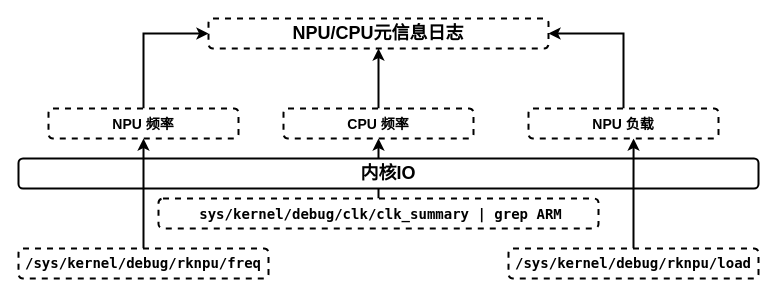
Before: page "Page-6" (6 of 17) of Untitled Diagram.drawio in fangwater/Config, a draw.io diagram. Source tidied: cells renumbered, new cells numbered last; positions are measured from the earlier drawing's top-left corner, leaving out a move shared by most shapes. Both pictures are drawn from the tidied source at 100%, with x=0, y=0 at pixel (18, 18).
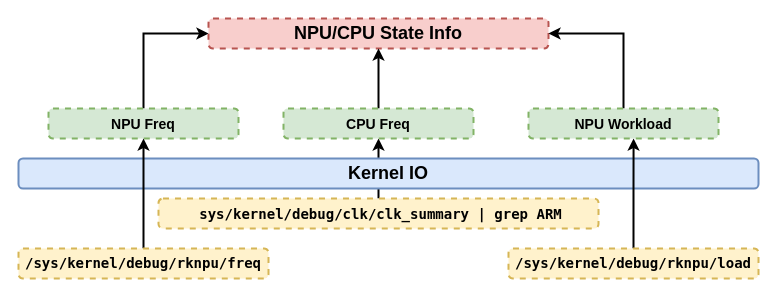
Above is the later version.

What changed in the source:
```diff
@@
 <mxGraphModel>
   <root>
     <mxCell id="0" />
     <mxCell id="1" parent="0" />
     <mxCell id="2" style="edgeStyle=orthogonalEdgeStyle;rounded=0;jettySize=auto;html=1;exitX=0.5;exitY=0;exitDx=0;exitDy=0;entryX=0.5;entryY=1;entryDx=0;entryDy=0;shadow=0;strokeWidth=2;fontSize=14;fontColor=#000000;" parent="1" edge="1" source="3" target="7">
       <mxGeometry relative="1" as="geometry" />
     </mxCell>
-    <mxCell id="3" value="&lt;b&gt;&amp;nbsp;&lt;span style=&quot;font-family: &amp;quot;Droid Sans Mono&amp;quot;, &amp;quot;monospace&amp;quot;, monospace; font-size: 14px;&quot;&gt;sys&lt;/span&gt;&lt;span style=&quot;font-family: &amp;quot;Droid Sans Mono&amp;quot;, &amp;quot;monospace&amp;quot;, monospace; font-size: 14px;&quot;&gt;/&lt;/span&gt;&lt;span style=&quot;font-family: &amp;quot;Droid Sans Mono&amp;quot;, &amp;quot;monospace&amp;quot;, monospace; font-size: 14px;&quot;&gt;kernel&lt;/span&gt;&lt;span style=&quot;font-family: &amp;quot;Droid Sans Mono&amp;quot;, &amp;quot;monospace&amp;quot;, monospace; font-size: 14px;&quot;&gt;/&lt;/span&gt;&lt;span style=&quot;font-family: &amp;quot;Droid Sans Mono&amp;quot;, &amp;quot;monospace&amp;quot;, monospace; font-size: 14px;&quot;&gt;debug&lt;/span&gt;&lt;span style=&quot;font-family: &amp;quot;Droid Sans Mono&amp;quot;, &amp;quot;monospace&amp;quot;, monospace; font-size: 14px;&quot;&gt;/&lt;/span&gt;&lt;span style=&quot;font-family: &amp;quot;Droid Sans Mono&amp;quot;, &amp;quot;monospace&amp;quot;, monospace; font-size: 14px;&quot;&gt;clk&lt;/span&gt;&lt;span style=&quot;font-family: &amp;quot;Droid Sans Mono&amp;quot;, &amp;quot;monospace&amp;quot;, monospace; font-size: 14px;&quot;&gt;/&lt;/span&gt;&lt;span style=&quot;font-family: &amp;quot;Droid Sans Mono&amp;quot;, &amp;quot;monospace&amp;quot;, monospace; font-size: 14px;&quot;&gt;clk_summary | grep ARM&lt;/span&gt;&lt;/b&gt;" style="rounded=1;whiteSpace=wrap;html=1;shadow=0;strokeWidth=2;fontSize=18;dashed=1;" parent="1" vertex="1">
+    <mxCell id="3" value="&lt;b&gt;&amp;nbsp;&lt;span style=&quot;font-family: &amp;quot;Droid Sans Mono&amp;quot;, &amp;quot;monospace&amp;quot;, monospace; font-size: 14px;&quot;&gt;sys&lt;/span&gt;&lt;span style=&quot;font-family: &amp;quot;Droid Sans Mono&amp;quot;, &amp;quot;monospace&amp;quot;, monospace; font-size: 14px;&quot;&gt;/&lt;/span&gt;&lt;span style=&quot;font-family: &amp;quot;Droid Sans Mono&amp;quot;, &amp;quot;monospace&amp;quot;, monospace; font-size: 14px;&quot;&gt;kernel&lt;/span&gt;&lt;span style=&quot;font-family: &amp;quot;Droid Sans Mono&amp;quot;, &amp;quot;monospace&amp;quot;, monospace; font-size: 14px;&quot;&gt;/&lt;/span&gt;&lt;span style=&quot;font-family: &amp;quot;Droid Sans Mono&amp;quot;, &amp;quot;monospace&amp;quot;, monospace; font-size: 14px;&quot;&gt;debug&lt;/span&gt;&lt;span style=&quot;font-family: &amp;quot;Droid Sans Mono&amp;quot;, &amp;quot;monospace&amp;quot;, monospace; font-size: 14px;&quot;&gt;/&lt;/span&gt;&lt;span style=&quot;font-family: &amp;quot;Droid Sans Mono&amp;quot;, &amp;quot;monospace&amp;quot;, monospace; font-size: 14px;&quot;&gt;clk&lt;/span&gt;&lt;span style=&quot;font-family: &amp;quot;Droid Sans Mono&amp;quot;, &amp;quot;monospace&amp;quot;, monospace; font-size: 14px;&quot;&gt;/&lt;/span&gt;&lt;span style=&quot;font-family: &amp;quot;Droid Sans Mono&amp;quot;, &amp;quot;monospace&amp;quot;, monospace; font-size: 14px;&quot;&gt;clk_summary | grep ARM&lt;/span&gt;&lt;/b&gt;" style="rounded=1;whiteSpace=wrap;html=1;shadow=0;strokeWidth=2;fontSize=18;dashed=1;fillColor=#fff2cc;strokeColor=#d6b656;" parent="1" vertex="1">
       <mxGeometry x="140" y="180" width="440" height="30" as="geometry" />
     </mxCell>
-    <mxCell id="4" value="&lt;b&gt;内核IO&lt;/b&gt;" style="rounded=1;whiteSpace=wrap;html=1;shadow=0;strokeWidth=2;fontSize=18;" parent="1" vertex="1">
+    <mxCell id="4" value="&lt;b&gt;Kernel IO&lt;/b&gt;" style="rounded=1;whiteSpace=wrap;html=1;shadow=0;strokeWidth=2;fontSize=18;fillColor=#dae8fc;strokeColor=#6c8ebf;" parent="1" vertex="1">
       <mxGeometry y="140" width="740" height="30" as="geometry" />
     </mxCell>
-    <mxCell id="5" value="&lt;b&gt;NPU/CPU元信息日志&lt;/b&gt;" style="rounded=1;whiteSpace=wrap;html=1;shadow=0;strokeWidth=2;fontSize=18;dashed=1;" parent="1" vertex="1">
+    <mxCell id="5" value="&lt;b&gt;NPU/CPU State Info&lt;/b&gt;" style="rounded=1;whiteSpace=wrap;html=1;shadow=0;strokeWidth=2;fontSize=18;dashed=1;fillColor=#f8cecc;strokeColor=#b85450;" parent="1" vertex="1">
       <mxGeometry x="190" width="340" height="30" as="geometry" />
     </mxCell>
     <mxCell id="6" style="edgeStyle=orthogonalEdgeStyle;rounded=0;jettySize=auto;html=1;entryX=0.5;entryY=1;entryDx=0;entryDy=0;shadow=0;strokeWidth=2;fontSize=14;fontColor=#000000;" parent="1" edge="1" source="7" target="5">
       <mxGeometry relative="1" as="geometry" />
     </mxCell>
-    <mxCell id="7" value="&lt;b&gt;&lt;font style=&quot;font-size: 14px;&quot;&gt;CPU 频率&lt;/font&gt;&lt;/b&gt;" style="rounded=1;whiteSpace=wrap;html=1;shadow=0;strokeWidth=2;fontSize=18;dashed=1;" parent="1" vertex="1">
+    <mxCell id="7" value="&lt;b&gt;&lt;font style=&quot;font-size: 14px;&quot;&gt;CPU Freq&lt;/font&gt;&lt;/b&gt;" style="rounded=1;whiteSpace=wrap;html=1;shadow=0;strokeWidth=2;fontSize=18;dashed=1;fillColor=#d5e8d4;strokeColor=#82b366;" parent="1" vertex="1">
       <mxGeometry x="265" y="90" width="190" height="30" as="geometry" />
     </mxCell>
     <mxCell id="8" style="edgeStyle=orthogonalEdgeStyle;rounded=0;jettySize=auto;html=1;exitX=0.5;exitY=0;exitDx=0;exitDy=0;entryX=0;entryY=0.5;entryDx=0;entryDy=0;shadow=0;strokeWidth=2;fontSize=14;fontColor=#000000;" parent="1" edge="1" source="9" target="5">
       <mxGeometry relative="1" as="geometry" />
     </mxCell>
-    <mxCell id="9" value="&lt;b&gt;&lt;font style=&quot;font-size: 14px;&quot;&gt;NPU 频率&lt;/font&gt;&lt;/b&gt;" style="rounded=1;whiteSpace=wrap;html=1;shadow=0;strokeWidth=2;fontSize=18;dashed=1;" parent="1" vertex="1">
+    <mxCell id="9" value="&lt;b&gt;&lt;font style=&quot;font-size: 14px;&quot;&gt;NPU Freq&lt;/font&gt;&lt;/b&gt;" style="rounded=1;whiteSpace=wrap;html=1;shadow=0;strokeWidth=2;fontSize=18;dashed=1;fillColor=#d5e8d4;strokeColor=#82b366;" parent="1" vertex="1">
       <mxGeometry x="30" y="90" width="190" height="30" as="geometry" />
     </mxCell>
     <mxCell id="10" style="edgeStyle=orthogonalEdgeStyle;rounded=0;jettySize=auto;html=1;exitX=0.5;exitY=0;exitDx=0;exitDy=0;entryX=0.553;entryY=1;entryDx=0;entryDy=0;entryPerimeter=0;shadow=0;strokeWidth=2;fontSize=14;fontColor=#000000;" parent="1" edge="1" source="11" target="15">
       <mxGeometry relative="1" as="geometry" />
     </mxCell>
-    <mxCell id="11" value="&lt;div style=&quot;font-family: &amp;quot;Droid Sans Mono&amp;quot;, &amp;quot;monospace&amp;quot;, monospace; font-size: 14px; line-height: 19px;&quot;&gt;&lt;span style=&quot;background-color: rgb(255, 255, 255);&quot;&gt;&lt;b&gt;/sys/kernel/debug/rknpu/load&lt;/b&gt;&lt;/span&gt;&lt;/div&gt;" style="rounded=1;whiteSpace=wrap;html=1;shadow=0;strokeWidth=2;fontSize=18;dashed=1;" parent="1" vertex="1">
+    <mxCell id="11" value="&lt;div style=&quot;font-family: &amp;quot;Droid Sans Mono&amp;quot;, &amp;quot;monospace&amp;quot;, monospace; font-size: 14px; line-height: 19px;&quot;&gt;&lt;b style=&quot;&quot;&gt;/sys/kernel/debug/rknpu/load&lt;/b&gt;&lt;/div&gt;" style="rounded=1;whiteSpace=wrap;html=1;shadow=0;strokeWidth=2;fontSize=18;dashed=1;fillColor=#fff2cc;strokeColor=#d6b656;" parent="1" vertex="1">
       <mxGeometry x="490" y="230" width="250" height="30" as="geometry" />
     </mxCell>
     <mxCell id="12" style="edgeStyle=orthogonalEdgeStyle;rounded=0;jettySize=auto;html=1;exitX=0.5;exitY=0;exitDx=0;exitDy=0;entryX=0.5;entryY=1;entryDx=0;entryDy=0;shadow=0;strokeWidth=2;fontSize=14;fontColor=#000000;" parent="1" edge="1" source="13" target="9">
       <mxGeometry relative="1" as="geometry" />
     </mxCell>
-    <mxCell id="13" value="&lt;div style=&quot;font-family: &amp;quot;Droid Sans Mono&amp;quot;, &amp;quot;monospace&amp;quot;, monospace; font-size: 14px; line-height: 19px;&quot;&gt;&lt;span style=&quot;background-color: rgb(255, 255, 255);&quot;&gt;&lt;b&gt;/sys/kernel/debug/rknpu/freq&lt;/b&gt;&lt;/span&gt;&lt;/div&gt;" style="rounded=1;whiteSpace=wrap;html=1;shadow=0;strokeWidth=2;fontSize=18;dashed=1;" parent="1" vertex="1">
+    <mxCell id="13" value="&lt;div style=&quot;font-family: &amp;quot;Droid Sans Mono&amp;quot;, &amp;quot;monospace&amp;quot;, monospace; font-size: 14px; line-height: 19px;&quot;&gt;&lt;b style=&quot;&quot;&gt;/sys/kernel/debug/rknpu/freq&lt;/b&gt;&lt;/div&gt;" style="rounded=1;whiteSpace=wrap;html=1;shadow=0;strokeWidth=2;fontSize=18;dashed=1;fillColor=#fff2cc;strokeColor=#d6b656;" parent="1" vertex="1">
       <mxGeometry y="230" width="250" height="30" as="geometry" />
     </mxCell>
     <mxCell id="14" style="edgeStyle=orthogonalEdgeStyle;rounded=0;jettySize=auto;html=1;entryX=1;entryY=0.5;entryDx=0;entryDy=0;shadow=0;strokeWidth=2;fontSize=14;fontColor=#000000;" parent="1" edge="1" source="15" target="5">
       <mxGeometry relative="1" as="geometry" />
     </mxCell>
-    <mxCell id="15" value="&lt;b&gt;&lt;font style=&quot;font-size: 14px;&quot;&gt;NPU 负载&lt;/font&gt;&lt;/b&gt;" style="rounded=1;whiteSpace=wrap;html=1;shadow=0;strokeWidth=2;fontSize=18;dashed=1;" parent="1" vertex="1">
+    <mxCell id="15" value="&lt;b&gt;&lt;font style=&quot;font-size: 14px;&quot;&gt;NPU Workload&lt;/font&gt;&lt;/b&gt;" style="rounded=1;whiteSpace=wrap;html=1;shadow=0;strokeWidth=2;fontSize=18;dashed=1;fillColor=#d5e8d4;strokeColor=#82b366;" parent="1" vertex="1">
       <mxGeometry x="510" y="90" width="190" height="30" as="geometry" />
     </mxCell>
   </root>
 </mxGraphModel>
```
